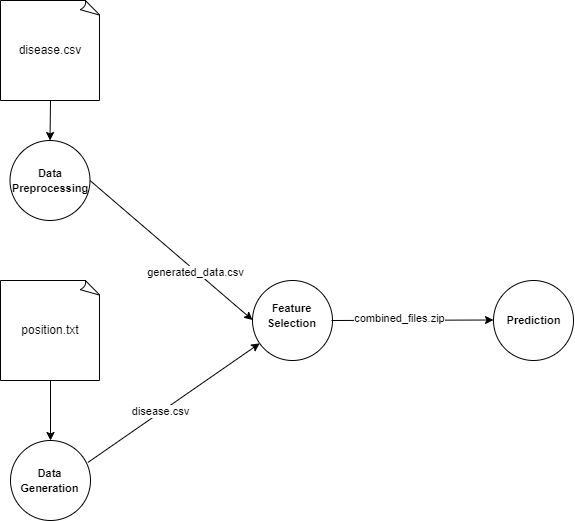
This is disease_prediction/images/training_workflow.drawio.png from a2nfinance/deflow-example, a draw.io export, as it was before one commit. Source tidied: cells renumbered, new cells last; positions are measured from the earlier drawing's top-left corner, leaving out a move shared by most shapes.
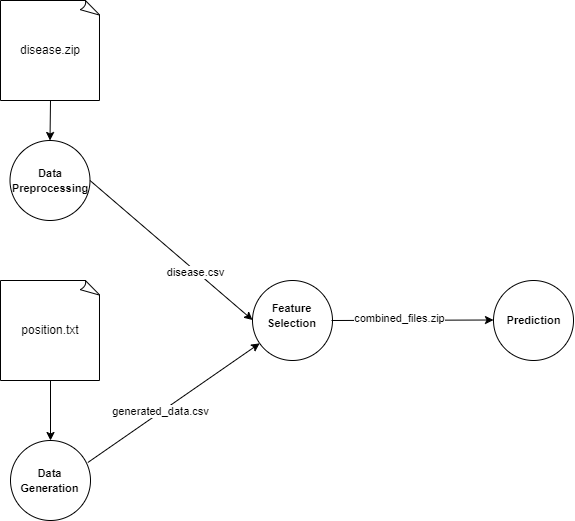
The same file after the commit.

Commit message:
correct input and output

What changed in the source:
```diff
@@ -10,7 +10,7 @@
         <mxPoint x="252" y="319.5" as="targetPoint" />
       </mxGeometry>
     </mxCell>
-    <mxCell id="4" value="generated_data.csv" style="edgeLabel;html=1;align=center;verticalAlign=middle;" parent="3" vertex="1">
+    <mxCell id="4" value="disease.csv" style="edgeLabel;html=1;align=center;verticalAlign=middle;" parent="3" vertex="1">
       <mxGeometry x="0.29" y="-1" relative="1" as="geometry" />
     </mxCell>
     <mxCell id="5" value="&lt;font style=&quot;font-size: 11px;&quot;&gt;&lt;b&gt;Data Preprocessing&lt;/b&gt;&lt;/font&gt;" style="text;strokeColor=none;align=center;fillColor=none;html=1;verticalAlign=middle;whiteSpace=wrap;rounded=0;" parent="1" vertex="1">
@@ -31,7 +31,7 @@
     <mxCell id="10" style="endArrow=classic;html=1;rounded=0;exitX=0.967;exitY=0.275;exitDx=0;exitDy=0;exitPerimeter=0;" parent="1" edge="1" source="8" target="6">
       <mxGeometry relative="1" as="geometry" />
     </mxCell>
-    <mxCell id="11" value="disease.csv" style="edgeLabel;html=1;align=center;verticalAlign=middle;" parent="10" vertex="1">
+    <mxCell id="11" value="generated_data.csv" style="edgeLabel;html=1;align=center;verticalAlign=middle;" parent="10" vertex="1">
       <mxGeometry x="-0.15" y="1" relative="1" as="geometry" />
     </mxCell>
     <mxCell id="12" style="ellipse;whiteSpace=wrap;html=1;" parent="1" vertex="1">
@@ -49,7 +49,7 @@
     <mxCell id="15" value="combined_files.zip" style="edgeLabel;html=1;align=center;verticalAlign=middle;" parent="14" vertex="1">
       <mxGeometry x="-0.16" y="2" relative="1" as="geometry" />
     </mxCell>
-    <mxCell id="16" value="disease.csv" style="whiteSpace=wrap;html=1;shape=mxgraph.basic.document;" parent="1" vertex="1">
+    <mxCell id="16" value="disease.zip" style="whiteSpace=wrap;html=1;shape=mxgraph.basic.document;" parent="1" vertex="1">
       <mxGeometry width="100" height="100" as="geometry" />
     </mxCell>
     <mxCell id="17" style="endArrow=classic;html=1;exitX=0.5;exitY=1;exitDx=0;exitDy=0;exitPerimeter=0;entryX=0.5;entryY=0;entryDx=0;entryDy=0;" parent="1" edge="1" source="16" target="2">
```
